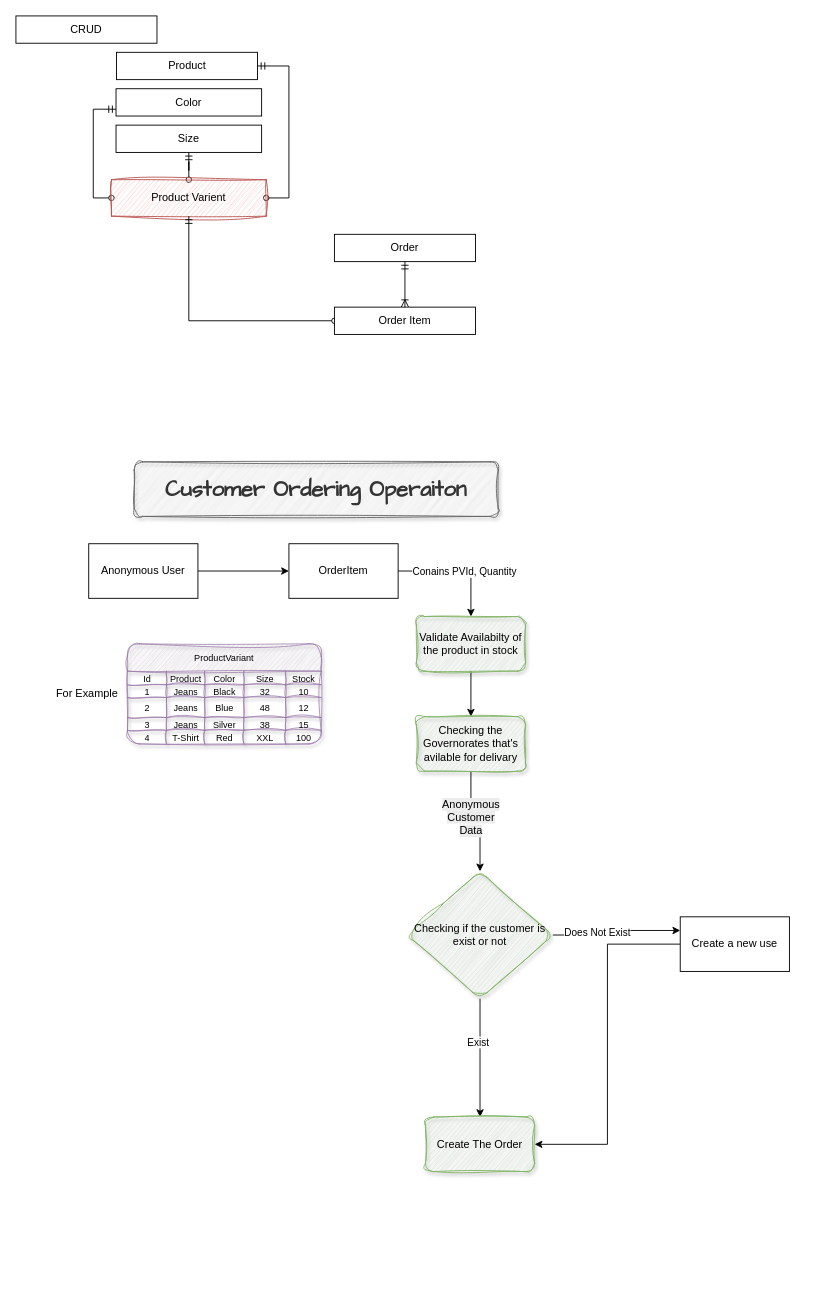
MustaphaAlaa/Kemet keeps this draw.io diagram as page "Features" (4 of 5) of Kemet.drawio. Above is the earlier version. Source tidied: cells renumbered, new cells numbered last; positions are measured from the earlier drawing's top-left corner, leaving out a move shared by most shapes. Both pictures are drawn from the tidied source at 91%, with x=0, y=0 at pixel (15, 15).
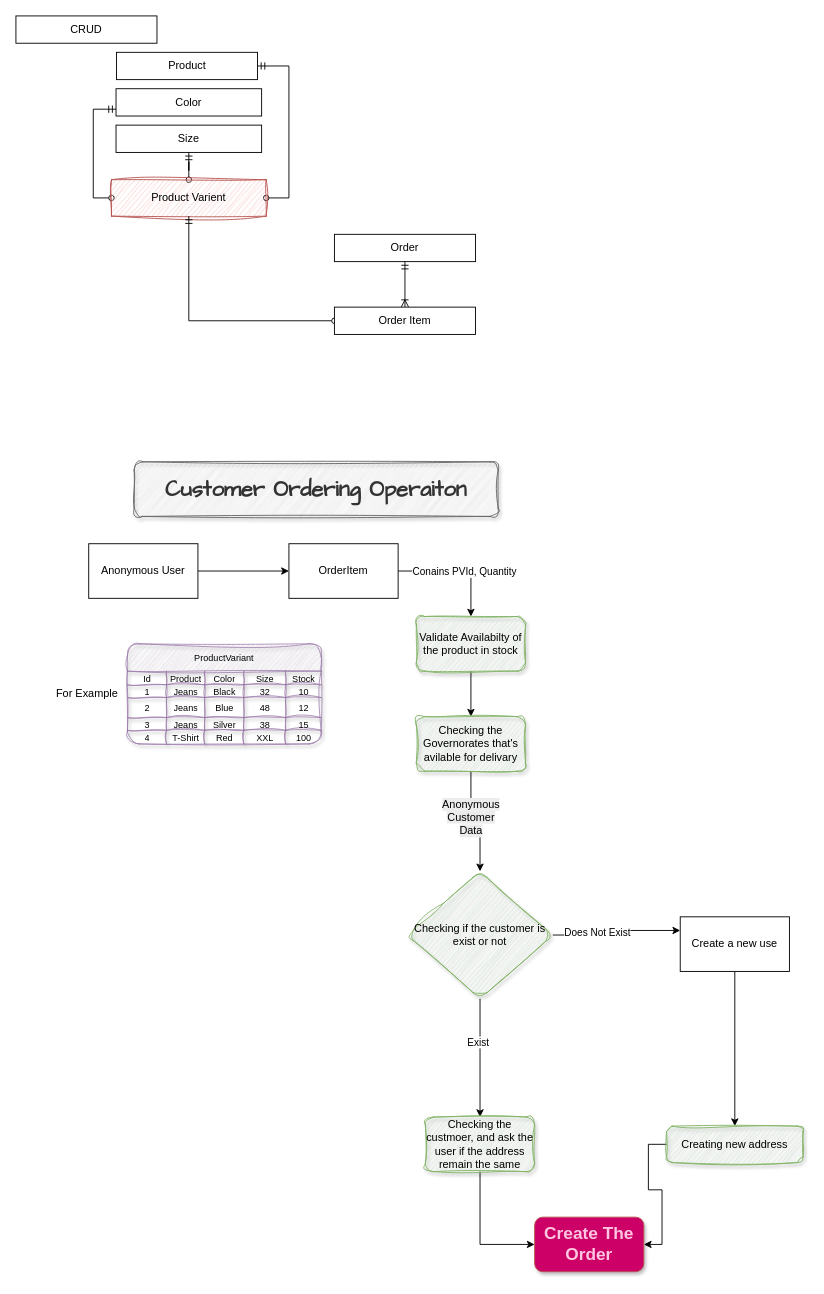
Above is the later version.

Unchanged cells that the change refers to:
```xml
<mxCell id="64" value="Create a new use" style="whiteSpace=wrap;html=1;" parent="1" vertex="1">
  <mxGeometry x="730" y="990" width="120" height="60" as="geometry" />
</mxCell>
```

The edit, as a diff of the source:
```diff
@@
+    <mxCell id="65" style="edgeStyle=orthogonalEdgeStyle;rounded=0;jettySize=auto;html=1;entryX=0;entryY=0.5;entryDx=0;entryDy=0;" parent="1" edge="1" source="62" target="69">
+      <mxGeometry relative="1" as="geometry" />
+    </mxCell>
-    <mxCell id="62" value="Create The Order" style="whiteSpace=wrap;html=1;fillColor=#d5e8d4;strokeColor=#82b366;rounded=1;sketch=1;curveFitting=1;jiggle=2;shadow=1;" parent="1" vertex="1">
+    <mxCell id="62" value="Checking the custmoer, and ask the user if the address remain the same" style="whiteSpace=wrap;html=1;fillColor=#d5e8d4;strokeColor=#82b366;rounded=1;sketch=1;curveFitting=1;jiggle=2;shadow=1;" parent="1" vertex="1">
       <mxGeometry x="450" y="1210" width="120" height="60" as="geometry" />
     </mxCell>
-    <mxCell id="63" style="edgeStyle=orthogonalEdgeStyle;rounded=0;jettySize=auto;html=1;entryX=1;entryY=0.5;entryDx=0;entryDy=0;" parent="1" edge="1" source="64" target="62">
-      <mxGeometry relative="1" as="geometry" />
-    </mxCell>
+    <mxCell id="66" style="edgeStyle=orthogonalEdgeStyle;rounded=0;jettySize=auto;html=1;" parent="1" edge="1" source="64" target="68">
+      <mxGeometry relative="1" as="geometry" />
+    </mxCell>
@@
+    <mxCell id="67" style="edgeStyle=orthogonalEdgeStyle;rounded=0;jettySize=auto;html=1;entryX=1;entryY=0.5;entryDx=0;entryDy=0;" parent="1" edge="1" source="68" target="69">
+      <mxGeometry relative="1" as="geometry" />
+    </mxCell>
+    <mxCell id="68" value="Creating new address" style="whiteSpace=wrap;html=1;fillColor=#d5e8d4;strokeColor=#82b366;rounded=1;sketch=1;curveFitting=1;jiggle=2;shadow=1;" parent="1" vertex="1">
+      <mxGeometry x="715" y="1220" width="150" height="40" as="geometry" />
+    </mxCell>
+    <mxCell id="69" value="Create The Order" style="whiteSpace=wrap;html=1;fillColor=#CC0066;strokeColor=#b85450;fontColor=#FFC5E1;fontStyle=1;fontSize=19;rounded=1;shadow=1;" parent="1" vertex="1">
+      <mxGeometry x="570" y="1320" width="120" height="60" as="geometry" />
+    </mxCell>
```
